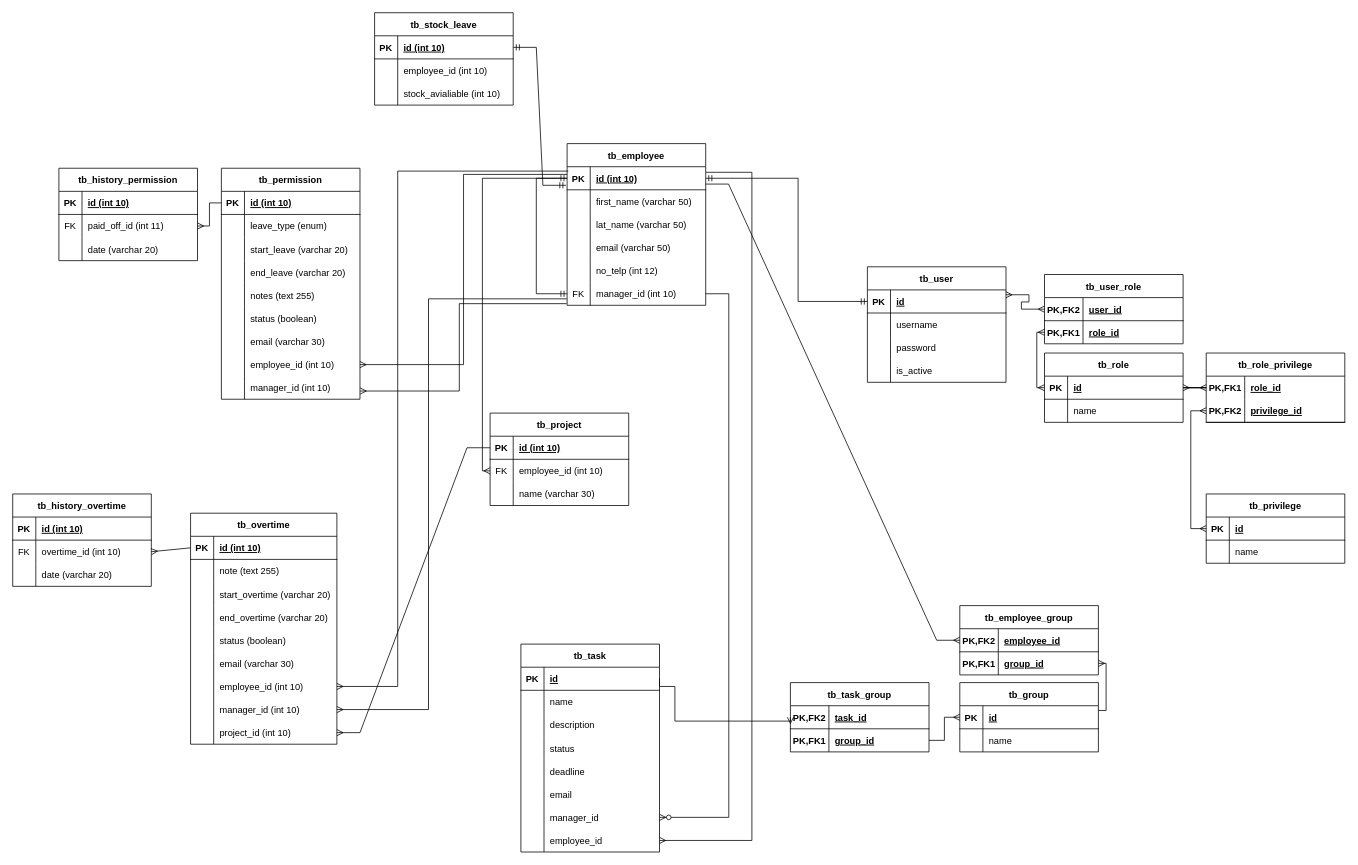
Earlier version of the draw.io diagram Final.drawio (zarmintaa/Skripsi). Source tidied: cells renumbered, new cells numbered last; positions are measured from the earlier drawing's top-left corner, leaving out a move shared by most shapes. Both pictures are drawn from the tidied source at 77%, with x=0, y=0 at pixel (12, 12).
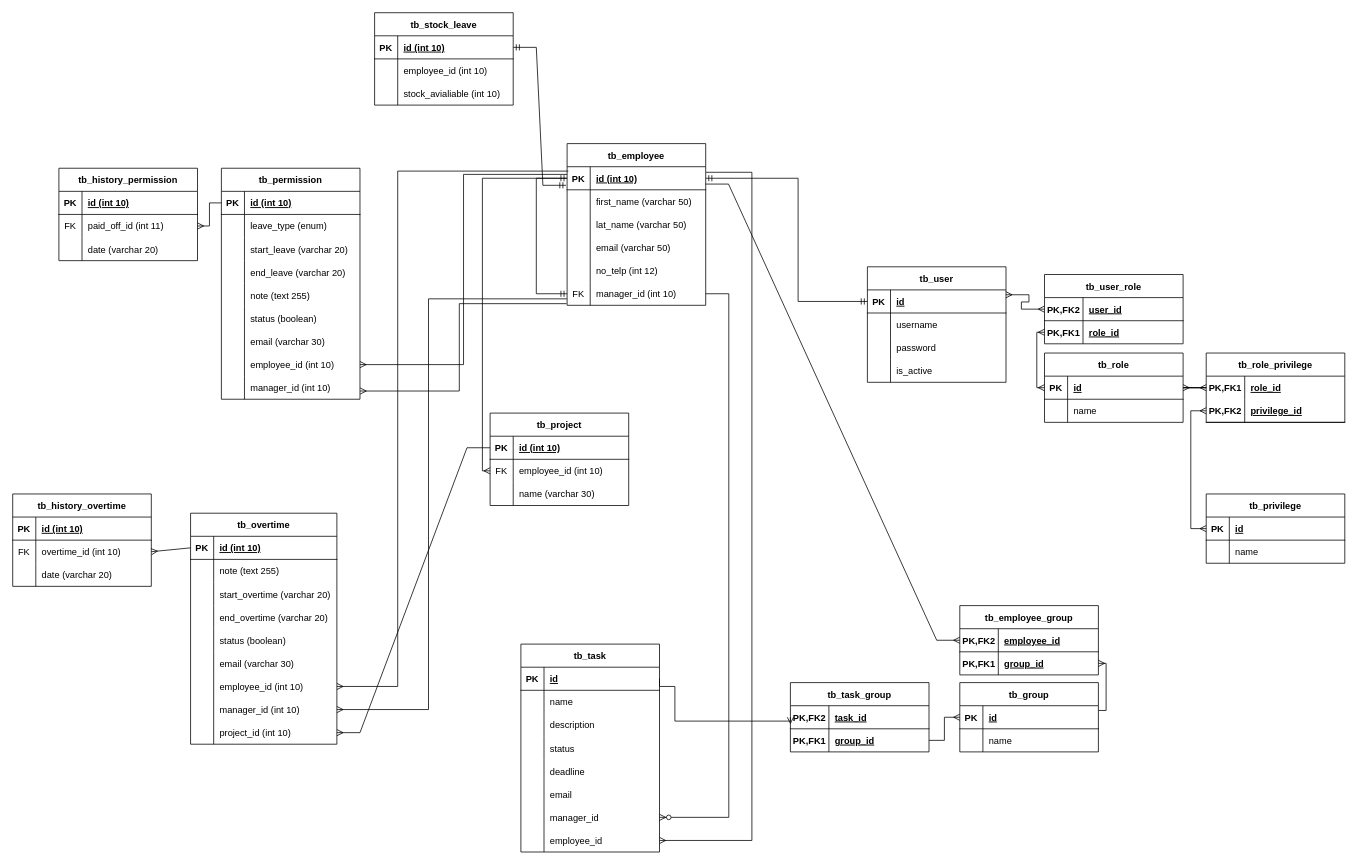
The same page after the edit.

Unchanged cells that the change refers to:
```xml
<mxCell id="69" style="shape=tableRow;horizontal=0;startSize=0;swimlaneHead=0;swimlaneBody=0;fillColor=none;top=0;left=0;right=0;bottom=0;" parent="56" vertex="1">
  <mxGeometry y="150" width="180" height="30" as="geometry" />
</mxCell>
```

The edit, as a diff of the source:
```diff
@@
-    <mxCell id="71" value="notes (text 255)" style="shape=partialRectangle;fillColor=none;top=0;left=0;bottom=0;right=0;align=left;spacingLeft=6;overflow=hidden;" parent="69" vertex="1">
+    <mxCell id="71" value="note (text 255)" style="shape=partialRectangle;fillColor=none;top=0;left=0;bottom=0;right=0;align=left;spacingLeft=6;overflow=hidden;" parent="69" vertex="1">
       <mxGeometry x="30" width="150" height="30" as="geometry" />
     </mxCell>
```
